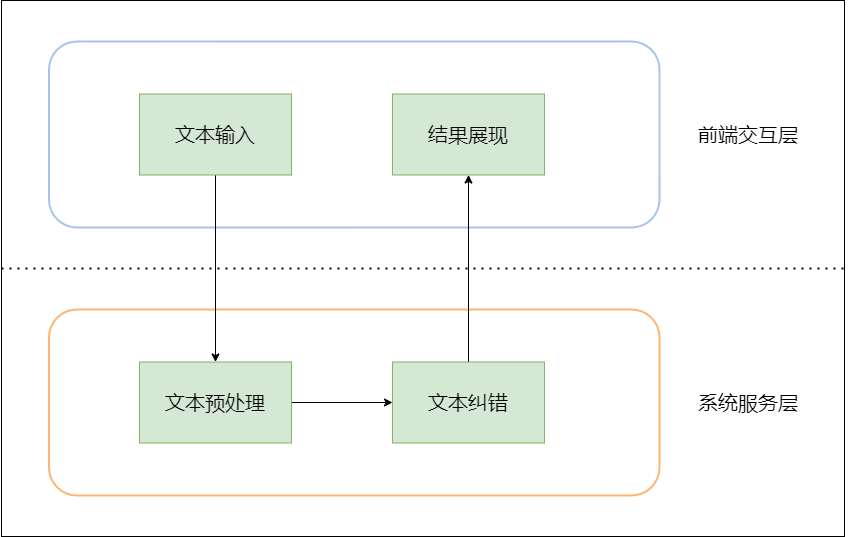
Above: 总体框架图.png in AdamFocus/draw (draw.io), before the change. Source tidied: cells renumbered, new cells last; positions are measured from the earlier drawing's top-left corner, leaving out a move shared by most shapes.
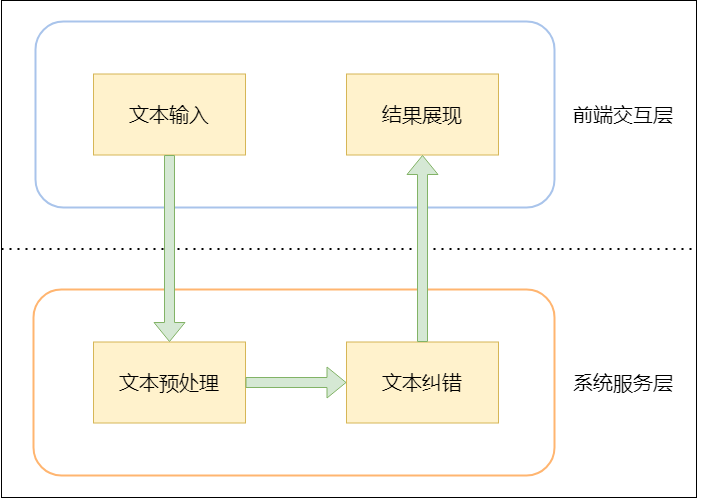
After the change.

Commit message:
Update 总体框架图.png

Change to the diagram source:
```diff
@@ -3,43 +3,43 @@
     <mxCell id="0" />
     <mxCell id="1" parent="0" />
     <mxCell id="2" style="rounded=0;whiteSpace=wrap;html=1;" parent="1" vertex="1">
-      <mxGeometry width="843" height="536" as="geometry" />
+      <mxGeometry x="46" y="20" width="695" height="497" as="geometry" />
     </mxCell>
     <mxCell id="3" style="rounded=1;whiteSpace=wrap;html=1;strokeColor=#A9C4EB;strokeWidth=2;" parent="1" vertex="1">
-      <mxGeometry x="47.5" y="41" width="610.5" height="186" as="geometry" />
+      <mxGeometry x="80" y="41" width="519" height="186" as="geometry" />
     </mxCell>
     <mxCell id="4" style="endArrow=none;dashed=1;html=1;dashPattern=1 3;strokeWidth=2;rounded=0;exitX=0;exitY=0.5;exitDx=0;exitDy=0;entryX=1;entryY=0.5;entryDx=0;entryDy=0;" parent="1" edge="1" source="2" target="2">
       <mxGeometry relative="1" as="geometry" />
     </mxCell>
     <mxCell id="5" style="rounded=1;whiteSpace=wrap;html=1;strokeColor=#FFB570;strokeWidth=2;" parent="1" vertex="1">
-      <mxGeometry x="47.5" y="309" width="610.5" height="186" as="geometry" />
+      <mxGeometry x="78" y="309" width="521" height="186" as="geometry" />
     </mxCell>
     <mxCell id="6" value="&lt;font style=&quot;font-size: 20px&quot;&gt;前端交互层&lt;/font&gt;" style="text;html=1;strokeColor=none;fillColor=none;align=center;verticalAlign=middle;whiteSpace=wrap;rounded=0;" parent="1" vertex="1">
-      <mxGeometry x="644" y="119" width="206" height="30" as="geometry" />
+      <mxGeometry x="565" y="119" width="206" height="30" as="geometry" />
     </mxCell>
     <mxCell id="7" value="&lt;font style=&quot;font-size: 20px&quot;&gt;系统服务层&lt;/font&gt;" style="text;html=1;strokeColor=none;fillColor=none;align=center;verticalAlign=middle;whiteSpace=wrap;rounded=0;" parent="1" vertex="1">
-      <mxGeometry x="644" y="387" width="206" height="30" as="geometry" />
+      <mxGeometry x="565" y="387" width="206" height="30" as="geometry" />
     </mxCell>
-    <mxCell id="8" style="edgeStyle=orthogonalEdgeStyle;rounded=0;jettySize=auto;html=1;exitX=0.5;exitY=1;exitDx=0;exitDy=0;entryX=0.5;entryY=0;entryDx=0;entryDy=0;" parent="1" edge="1" source="9" target="12">
-      <mxGeometry relative="1" as="geometry" />
-    </mxCell>
-    <mxCell id="9" value="文本输入" style="rounded=0;whiteSpace=wrap;html=1;fontSize=20;strokeColor=#82b366;strokeWidth=1;fillColor=#d5e8d4;" parent="1" vertex="1">
+    <mxCell id="9" value="文本输入" style="rounded=0;whiteSpace=wrap;html=1;fontSize=20;strokeColor=#d6b656;strokeWidth=1;fillColor=#fff2cc;" parent="1" vertex="1">
       <mxGeometry x="138" y="93.5" width="152" height="81" as="geometry" />
     </mxCell>
-    <mxCell id="10" value="结果展现" style="rounded=0;whiteSpace=wrap;html=1;fontSize=20;strokeColor=#82b366;strokeWidth=1;fillColor=#d5e8d4;" parent="1" vertex="1">
+    <mxCell id="10" value="结果展现" style="rounded=0;whiteSpace=wrap;html=1;fontSize=20;strokeColor=#d6b656;strokeWidth=1;fillColor=#fff2cc;" parent="1" vertex="1">
       <mxGeometry x="391" y="93.5" width="152" height="81" as="geometry" />
     </mxCell>
+    <mxCell id="12" value="文本预处理" style="rounded=0;whiteSpace=wrap;html=1;fontSize=20;strokeColor=#d6b656;strokeWidth=1;fillColor=#fff2cc;" parent="1" vertex="1">
+      <mxGeometry x="138" y="361.5" width="152" height="81" as="geometry" />
+    </mxCell>
+    <mxCell id="14" value="文本纠错" style="rounded=0;whiteSpace=wrap;html=1;fontSize=20;strokeColor=#d6b656;strokeWidth=1;fillColor=#fff2cc;" parent="1" vertex="1">
+      <mxGeometry x="391" y="361.5" width="152" height="81" as="geometry" />
+    </mxCell>
+    <mxCell id="8" style="shape=flexArrow;endArrow=classic;html=1;rounded=0;exitX=0.5;exitY=1;exitDx=0;exitDy=0;entryX=0.5;entryY=0;entryDx=0;entryDy=0;fillColor=#d5e8d4;strokeColor=#82b366;" parent="1" edge="1" source="9" target="12">
+      <mxGeometry relative="1" as="geometry" />
+    </mxCell>
-    <mxCell id="11" style="edgeStyle=orthogonalEdgeStyle;rounded=0;jettySize=auto;html=1;exitX=1;exitY=0.5;exitDx=0;exitDy=0;entryX=0;entryY=0.5;entryDx=0;entryDy=0;" parent="1" edge="1" source="12" target="14">
+    <mxCell id="11" style="shape=flexArrow;endArrow=classic;html=1;rounded=0;exitX=1;exitY=0.5;exitDx=0;exitDy=0;entryX=0;entryY=0.5;entryDx=0;entryDy=0;fillColor=#d5e8d4;strokeColor=#82b366;" parent="1" edge="1" source="12" target="14">
       <mxGeometry relative="1" as="geometry" />
     </mxCell>
-    <mxCell id="12" value="文本预处理" style="rounded=0;whiteSpace=wrap;html=1;fontSize=20;strokeColor=#82b366;strokeWidth=1;fillColor=#d5e8d4;" parent="1" vertex="1">
-      <mxGeometry x="138" y="361.5" width="152" height="81" as="geometry" />
-    </mxCell>
-    <mxCell id="13" style="edgeStyle=orthogonalEdgeStyle;rounded=0;jettySize=auto;html=1;exitX=0.5;exitY=0;exitDx=0;exitDy=0;entryX=0.5;entryY=1;entryDx=0;entryDy=0;" parent="1" edge="1" source="14" target="10">
+    <mxCell id="13" style="shape=flexArrow;endArrow=classic;html=1;rounded=0;exitX=0.5;exitY=0;exitDx=0;exitDy=0;entryX=0.5;entryY=1;entryDx=0;entryDy=0;fillColor=#d5e8d4;strokeColor=#82b366;" parent="1" edge="1" source="14" target="10">
       <mxGeometry relative="1" as="geometry" />
     </mxCell>
-    <mxCell id="14" value="文本纠错" style="rounded=0;whiteSpace=wrap;html=1;fontSize=20;strokeColor=#82b366;strokeWidth=1;fillColor=#d5e8d4;" parent="1" vertex="1">
-      <mxGeometry x="391" y="361.5" width="152" height="81" as="geometry" />
-    </mxCell>
   </root>
 </mxGraphModel>
```
